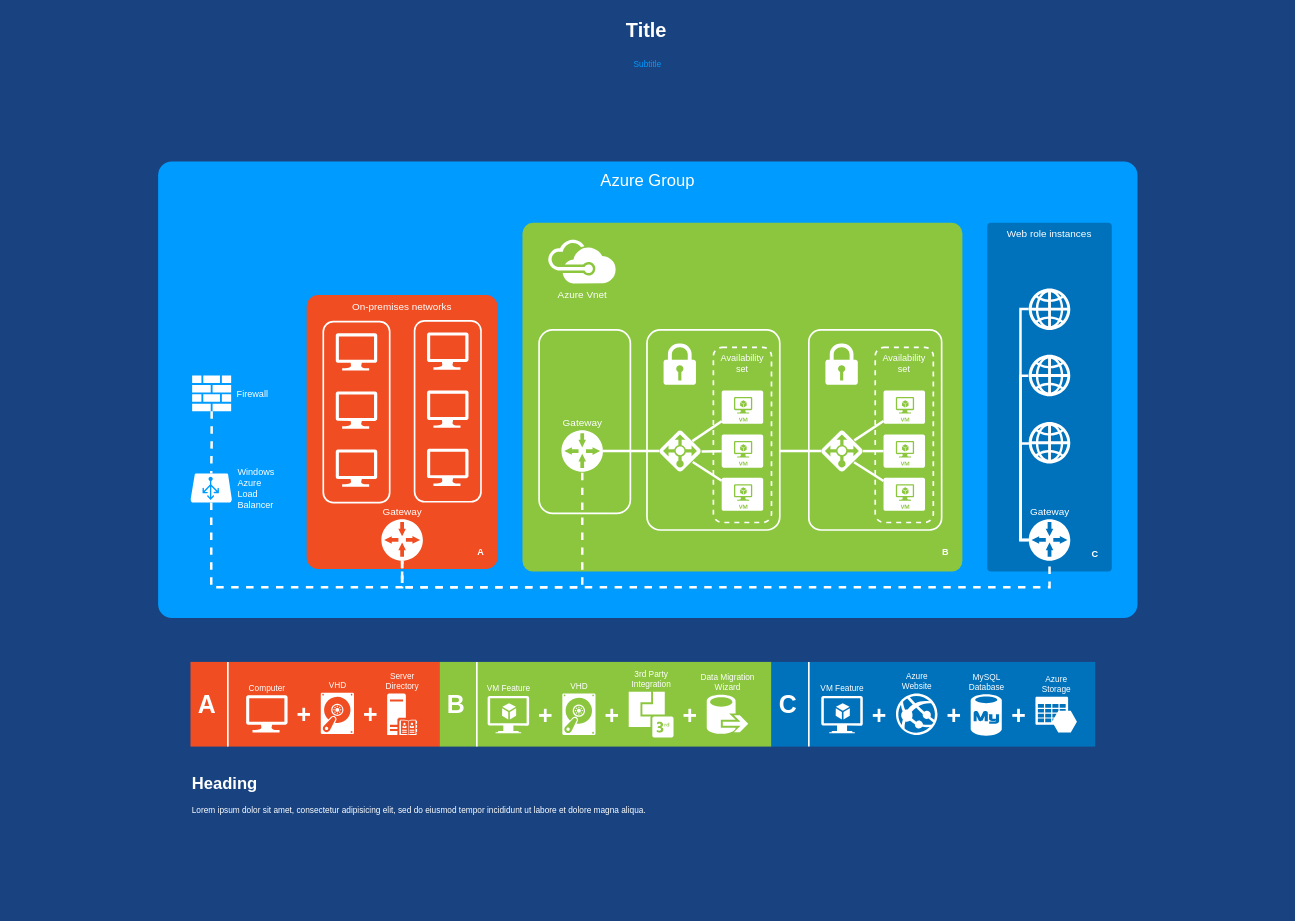
This is 未命名绘图.drawio from liuyongjian1/java, a draw.io file, before an edit. Source tidied: cells renumbered, new cells numbered last; positions are measured from the earlier drawing's top-left corner, leaving out a move shared by most shapes. Both pictures are drawn from the tidied source at 83%, with x=0, y=0 at pixel (14, 14).
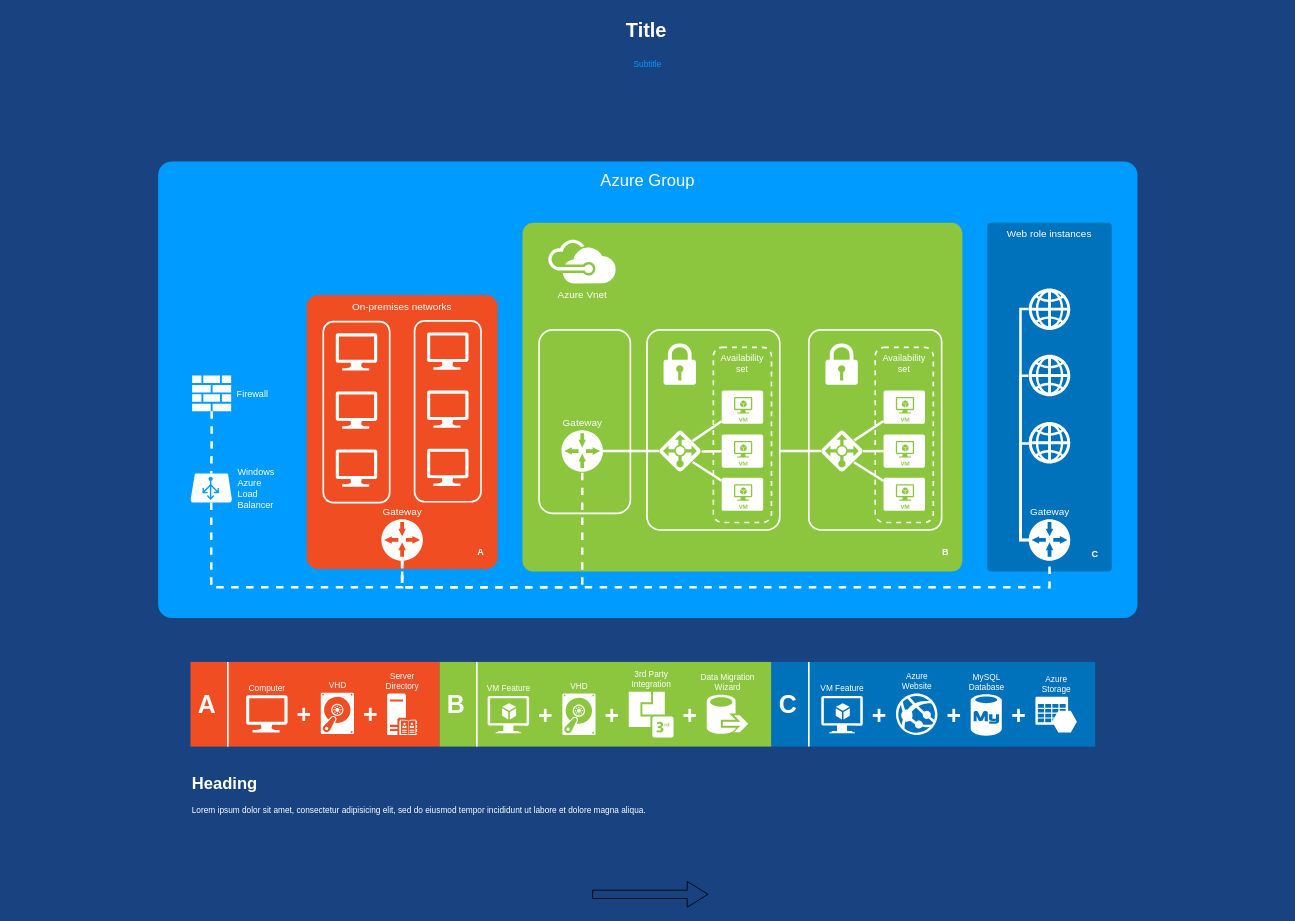
The same page after the edit.

Commit message (it also covers changes not shown here):
更新未命名绘图.drawio

What changed in the source:
```diff
@@
+    <mxCell id="87" style="edgeStyle=none;orthogonalLoop=1;jettySize=auto;html=1;shape=flexArrow;rounded=1;startSize=8;endSize=8;endArrow=open;sourcePerimeterSpacing=8;targetPerimeterSpacing=8;curved=1;" parent="1" edge="1">
+      <mxGeometry relative="1" as="geometry">
+        <mxPoint x="696" y="1060" as="sourcePoint" />
+        <mxPoint x="836" y="1060" as="targetPoint" />
+      </mxGeometry>
+    </mxCell>
```
